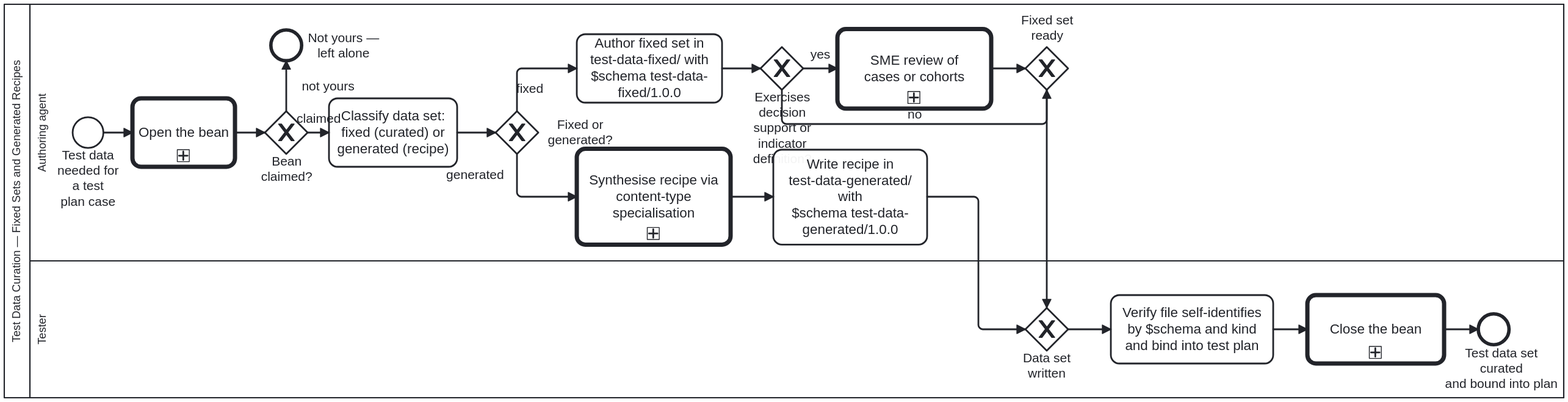
litlfred/cat-harness keeps this BPMN diagram as docs/assets/img/workflows/test-data-curation.svg. Above is the earlier version. Its source is kept beside it as processes/sdlc/test-data-curation.bpmn. Ids are renumbered.
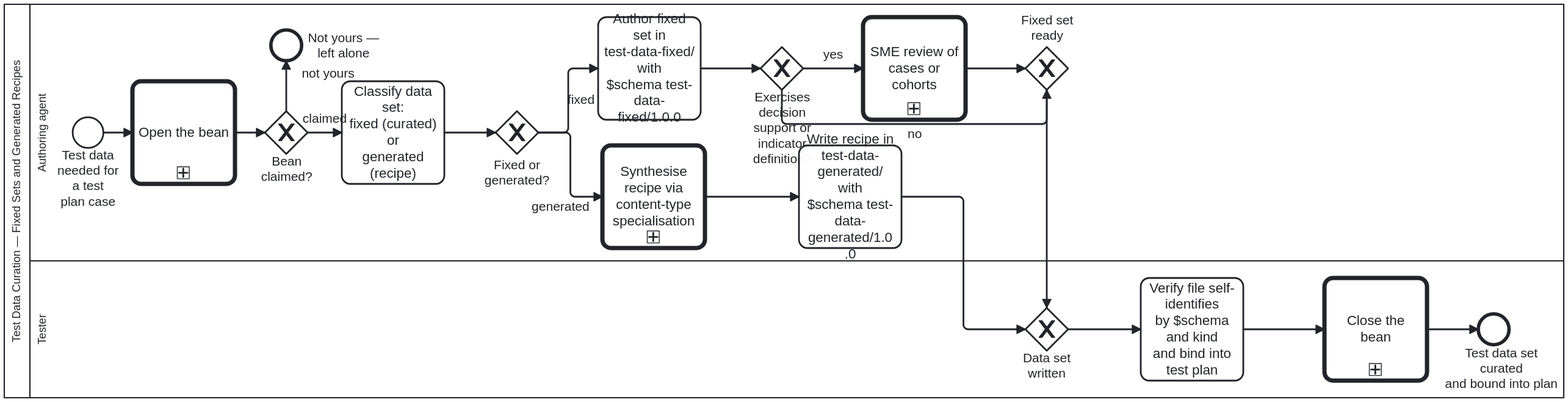
The same diagram one commit later.

Change to the diagram source:
```diff
@@ -204,78 +204,80 @@
         <dc:Bounds x="200" y="192" width="36" height="36" />
       </bpmndi:BPMNShape>
       <bpmndi:BPMNShape id="Shape_Task_ClassifySet" bpmnElement="Task_ClassifySet">
-        <dc:Bounds x="500" y="170" width="150" height="80" />
+        <dc:Bounds x="515" y="150" width="120" height="120" />
       </bpmndi:BPMNShape>
       <bpmndi:BPMNShape id="Shape_GW_SetKind" bpmnElement="GW_SetKind" isMarkerVisible="true">
         <dc:Bounds x="695" y="185" width="50" height="50" />
 
-      <bpmndi:BPMNLabel><dc:Bounds x="749" y="192" width="90" height="36" /></bpmndi:BPMNLabel></bpmndi:BPMNShape>
+      <bpmndi:BPMNLabel><dc:Bounds x="675" y="239" width="90" height="36" /></bpmndi:BPMNLabel></bpmndi:BPMNShape>
       <bpmndi:BPMNShape id="Shape_Task_CurateFixed" bpmnElement="Task_CurateFixed">
-        <dc:Bounds x="790" y="95" width="170" height="80" />
+        <dc:Bounds x="815" y="75" width="120" height="120" />
       </bpmndi:BPMNShape>
       <bpmndi:BPMNShape id="Shape_GW_NeedsSmeReview" bpmnElement="GW_NeedsSmeReview" isMarkerVisible="true">
         <dc:Bounds x="1005" y="110" width="50" height="50" />
       </bpmndi:BPMNShape>
       <bpmndi:BPMNShape id="Shape_Call_SmeReview" bpmnElement="Call_SmeReview">
-        <dc:Bounds x="1095" y="88.5" width="180" height="93" />
+        <dc:Bounds x="1125" y="75" width="120" height="120" />
       </bpmndi:BPMNShape>
       <bpmndi:BPMNShape id="Shape_GW_JoinFixed" bpmnElement="GW_JoinFixed" isMarkerVisible="true">
         <dc:Bounds x="1315" y="110" width="50" height="50" />
 
       <bpmndi:BPMNLabel><dc:Bounds x="1295" y="70" width="90" height="36" /></bpmndi:BPMNLabel></bpmndi:BPMNShape>
       <bpmndi:BPMNShape id="Shape_Call_ContentTypeSpecialisation" bpmnElement="Call_ContentTypeSpecialisation">
-        <dc:Bounds x="790" y="229" width="180" height="112" />
+        <dc:Bounds x="820" y="225" width="120" height="120" />
       </bpmndi:BPMNShape>
       <bpmndi:BPMNShape id="Shape_Task_WriteRecipe" bpmnElement="Task_WriteRecipe">
-        <dc:Bounds x="1020" y="229.5" width="180" height="111" />
+        <dc:Bounds x="1050" y="225" width="120" height="120" />
       </bpmndi:BPMNShape>
       <bpmndi:BPMNShape id="Shape_GW_MergeKind" bpmnElement="GW_MergeKind" isMarkerVisible="true">
         <dc:Bounds x="1315" y="415" width="50" height="50" />
       </bpmndi:BPMNShape>
       <bpmndi:BPMNShape id="Shape_Task_VerifySelfIdentifying" bpmnElement="Task_VerifySelfIdentifying">
-        <dc:Bounds x="1415" y="400" width="190" height="80" />
+        <dc:Bounds x="1450" y="380" width="120" height="120" />
       </bpmndi:BPMNShape>
       <bpmndi:BPMNShape id="Shape_End_Curated" bpmnElement="End_Curated">
         <dc:Bounds x="1845" y="422" width="36" height="36" />
-        <bpmndi:BPMNLabel><dc:Bounds x="1804.76" y="458.5" width="135" height="54" /></bpmndi:BPMNLabel>
-      </bpmndi:BPMNShape>
+
+      <bpmndi:BPMNLabel><dc:Bounds x="1804.76" y="458.5" width="135" height="54" /></bpmndi:BPMNLabel></bpmndi:BPMNShape>
 
       <bpmndi:BPMNEdge id="Edge_Flow_1" bpmnElement="Flow_1">
-        <di:waypoint x="236" y="210"/>
-        <di:waypoint x="270" y="210"/>
+        <di:waypoint x="236" y="210" />
+        <di:waypoint x="270" y="210" />
       </bpmndi:BPMNEdge>
       <bpmndi:BPMNEdge id="Edge_Flow_2" bpmnElement="Flow_2">
-        <di:waypoint x="650" y="210"/>
-        <di:waypoint x="695" y="210"/>
+        <di:waypoint x="635" y="210" />
+        <di:waypoint x="695" y="210" />
       </bpmndi:BPMNEdge>
       <bpmndi:BPMNEdge id="Edge_Flow_Fixed" bpmnElement="Flow_Fixed">
-        <di:waypoint x="720" y="185"/>
-        <di:waypoint x="720" y="135"/>
-        <di:waypoint x="790" y="135"/>
+        <di:waypoint x="745" y="210" />
+        <di:waypoint x="780" y="210" />
+        <di:waypoint x="780" y="135" />
+        <di:waypoint x="815" y="135" />
       </bpmndi:BPMNEdge>
       <bpmndi:BPMNEdge id="Edge_Flow_Generated" bpmnElement="Flow_Generated">
-        <di:waypoint x="720" y="235" />
-        <di:waypoint x="720" y="285" />
-        <di:waypoint x="790" y="285" />
-        <bpmndi:BPMNLabel><dc:Bounds x="626" y="251" width="90" height="18" /></bpmndi:BPMNLabel>
+        <di:waypoint x="745" y="210" />
+        <di:waypoint x="782.5" y="210" />
+        <di:waypoint x="782.5" y="285" />
+        <di:waypoint x="820" y="285" />
+        <bpmndi:BPMNLabel><dc:Bounds x="726" y="288" width="90" height="18" /></bpmndi:BPMNLabel>
       </bpmndi:BPMNEdge>
       <bpmndi:BPMNEdge id="Edge_Flow_3" bpmnElement="Flow_3">
-        <di:waypoint x="960" y="135"/>
-        <di:waypoint x="1005" y="135"/>
+        <di:waypoint x="935" y="135" />
+        <di:waypoint x="1005" y="135" />
       </bpmndi:BPMNEdge>
       <bpmndi:BPMNEdge id="Edge_Flow_SmeYes" bpmnElement="Flow_SmeYes">
         <di:waypoint x="1055" y="135" />
-        <di:waypoint x="1095" y="135" />
+        <di:waypoint x="1125" y="135" />
       </bpmndi:BPMNEdge>
       <bpmndi:BPMNEdge id="Edge_Flow_SmeNo" bpmnElement="Flow_SmeNo">
         <di:waypoint x="1030" y="160"/>
         <di:waypoint x="1030" y="200"/>
         <di:waypoint x="1340" y="200"/>
         <di:waypoint x="1340" y="160"/>
-        <bpmndi:BPMNLabel><dc:Bounds x="1140" y="180" width="90" height="17" /></bpmndi:BPMNLabel>
+        <bpmndi:BPMNLabel><dc:Bounds x="1140" y="203" width="90" height="17" /></bpmndi:BPMNLabel>
       </bpmndi:BPMNEdge>
       <bpmndi:BPMNEdge id="Edge_Flow_4" bpmnElement="Flow_4">
-        <di:waypoint x="1275" y="135" />
+        <di:waypoint x="1245" y="135" />
         <di:waypoint x="1315" y="135" />
       </bpmndi:BPMNEdge>
       <bpmndi:BPMNEdge id="Edge_Flow_5" bpmnElement="Flow_5">
@@ -283,25 +285,25 @@
         <di:waypoint x="1340" y="415"/>
       </bpmndi:BPMNEdge>
       <bpmndi:BPMNEdge id="Edge_Flow_6" bpmnElement="Flow_6">
-        <di:waypoint x="970" y="285" />
-        <di:waypoint x="1020" y="285" />
+        <di:waypoint x="940" y="285" />
+        <di:waypoint x="1050" y="285" />
       </bpmndi:BPMNEdge>
       <bpmndi:BPMNEdge id="Edge_Flow_7" bpmnElement="Flow_7">
-        <di:waypoint x="1200" y="285" />
-        <di:waypoint x="1260" y="285" />
-        <di:waypoint x="1260" y="440" />
+        <di:waypoint x="1170" y="285" />
+        <di:waypoint x="1242.5" y="285" />
+        <di:waypoint x="1242.5" y="440" />
         <di:waypoint x="1315" y="440" />
       </bpmndi:BPMNEdge>
       <bpmndi:BPMNEdge id="Edge_Flow_8" bpmnElement="Flow_8">
-        <di:waypoint x="1365" y="440"/>
-        <di:waypoint x="1415" y="440"/>
+        <di:waypoint x="1365" y="440" />
+        <di:waypoint x="1450" y="440" />
       </bpmndi:BPMNEdge>
       <bpmndi:BPMNEdge id="Edge_Flow_9" bpmnElement="Flow_9">
-        <di:waypoint x="1605" y="440" />
-        <di:waypoint x="1645" y="440" />
+        <di:waypoint x="1570" y="440" />
+        <di:waypoint x="1665" y="440" />
       </bpmndi:BPMNEdge>
       <bpmndi:BPMNShape id="Shape_Call_BeanOpen" bpmnElement="Call_BeanOpen">
-        <dc:Bounds x="270" y="170" width="120" height="80" />
+        <dc:Bounds x="270" y="150" width="120" height="120" />
       </bpmndi:BPMNShape>
       <bpmndi:BPMNShape id="Shape_GW_BeanYours" bpmnElement="GW_BeanYours" isMarkerVisible="true">
         <dc:Bounds x="425" y="185" width="50" height="50" />
@@ -311,23 +313,23 @@
 
       <bpmndi:BPMNLabel><dc:Bounds x="472" y="90.5" width="90" height="35" /></bpmndi:BPMNLabel></bpmndi:BPMNShape>
       <bpmndi:BPMNShape id="Shape_Call_BeanClose" bpmnElement="Call_BeanClose">
-        <dc:Bounds x="1645" y="400" width="160" height="80" />
+        <dc:Bounds x="1665" y="380" width="120" height="120" />
       </bpmndi:BPMNShape>
       <bpmndi:BPMNEdge id="Edge_SF_Bean_2" bpmnElement="SF_Bean_2">
-        <di:waypoint x="390" y="210"/>
-        <di:waypoint x="425" y="210"/>
+        <di:waypoint x="390" y="210" />
+        <di:waypoint x="425" y="210" />
       </bpmndi:BPMNEdge>
       <bpmndi:BPMNEdge id="Edge_SF_Bean_1" bpmnElement="SF_Bean_1">
-        <di:waypoint x="475" y="210"/>
-        <di:waypoint x="500" y="210"/>
+        <di:waypoint x="475" y="210" />
+        <di:waypoint x="515" y="210" />
       </bpmndi:BPMNEdge>
       <bpmndi:BPMNEdge id="Edge_SF_Bean_3" bpmnElement="SF_Bean_3">
         <di:waypoint x="450" y="185"/>
         <di:waypoint x="450" y="126"/>
-        <bpmndi:BPMNLabel><dc:Bounds x="454" y="146.5" width="90" height="18" /></bpmndi:BPMNLabel>
+        <bpmndi:BPMNLabel><dc:Bounds x="454" y="131.75" width="90" height="18" /></bpmndi:BPMNLabel>
       </bpmndi:BPMNEdge>
       <bpmndi:BPMNEdge id="Edge_SF_Bean_4" bpmnElement="SF_Bean_4">
-        <di:waypoint x="1805" y="440" />
+        <di:waypoint x="1785" y="440" />
         <di:waypoint x="1845" y="440" />
       </bpmndi:BPMNEdge>
     </bpmndi:BPMNPlane>
```
